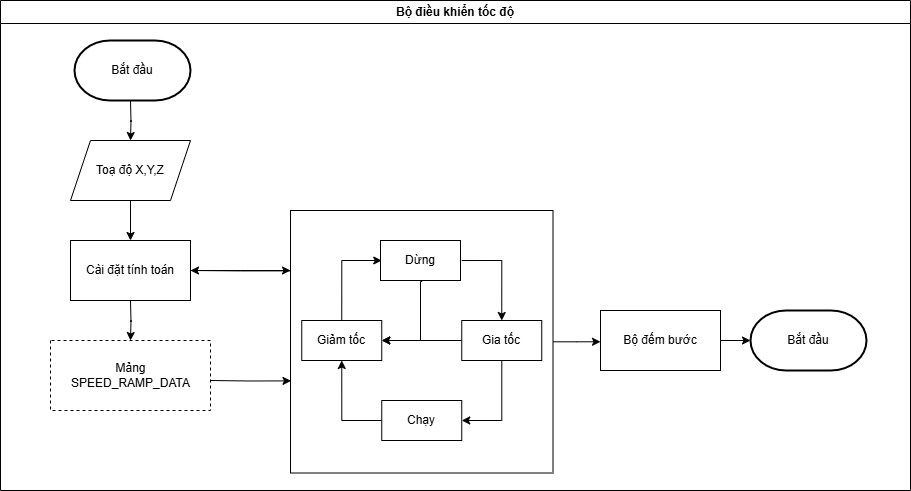
Quynguyen34/CNC-Drill-Graduation-Project keeps this draw.io diagram as FLOWCHART-VIE/FLOWCHART-SPEED-CONTROLLER.png. Above is the earlier version. Source tidied: cells renumbered, new cells last; positions are measured from the earlier drawing's top-left corner, leaving out a move shared by most shapes.
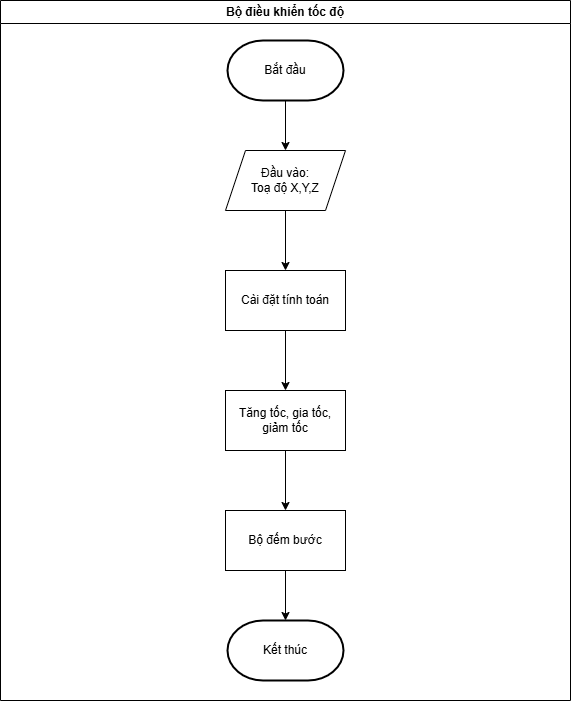
After the commit.

What changed in the source:
```diff
@@ -2,128 +2,41 @@
   <root>
     <mxCell id="0" />
     <mxCell id="1" parent="0" />
-    <mxCell id="2" style="edgeStyle=orthogonalEdgeStyle;rounded=0;jettySize=auto;html=1;exitX=0.002;exitY=0.649;exitDx=0;exitDy=0;exitPerimeter=0;entryX=0.002;entryY=0.649;entryDx=0;entryDy=0;entryPerimeter=0;" parent="1" edge="1" target="5">
-      <mxGeometry relative="1" as="geometry">
-        <mxPoint x="210" y="380" as="sourcePoint" />
-      </mxGeometry>
-    </mxCell>
-    <mxCell id="3" style="edgeStyle=orthogonalEdgeStyle;rounded=0;jettySize=auto;html=1;" parent="1" edge="1" source="5">
-      <mxGeometry relative="1" as="geometry">
-        <mxPoint x="600" y="341.3" as="targetPoint" />
-      </mxGeometry>
-    </mxCell>
-    <mxCell id="4" style="edgeStyle=orthogonalEdgeStyle;rounded=0;jettySize=auto;html=1;exitX=-0.002;exitY=0.23;exitDx=0;exitDy=0;exitPerimeter=0;" parent="1" edge="1" source="5">
-      <mxGeometry relative="1" as="geometry">
-        <mxPoint x="190" y="270" as="targetPoint" />
-      </mxGeometry>
-    </mxCell>
-    <mxCell id="5" style="whiteSpace=wrap;html=1;" parent="1" vertex="1">
-      <mxGeometry x="290" y="210" width="262.5" height="262.5" as="geometry" />
-    </mxCell>
-    <mxCell id="6" style="edgeStyle=orthogonalEdgeStyle;rounded=0;orthogonalLoop=1;jettySize=auto;html=1;" parent="1" edge="1">
-      <mxGeometry relative="1" as="geometry">
-        <mxPoint x="130" y="100" as="sourcePoint" />
-        <mxPoint x="130" y="140" as="targetPoint" />
-      </mxGeometry>
-    </mxCell>
-    <mxCell id="7" style="edgeStyle=orthogonalEdgeStyle;rounded=0;orthogonalLoop=1;jettySize=auto;html=1;" parent="1" edge="1">
-      <mxGeometry relative="1" as="geometry">
-        <mxPoint x="130" y="300" as="sourcePoint" />
-        <mxPoint x="130" y="340" as="targetPoint" />
-      </mxGeometry>
-    </mxCell>
-    <mxCell id="8" style="group;" parent="1" vertex="1">
-      <mxGeometry x="50" y="340" width="160" height="70" as="geometry" />
-    </mxCell>
-    <mxCell id="9" style="endArrow=none;dashed=1;html=1;rounded=0;" parent="8" edge="1">
-      <mxGeometry relative="1" as="geometry">
-        <mxPoint as="sourcePoint" />
-        <mxPoint as="targetPoint" />
-        <Array as="points">
-          <mxPoint y="70" />
-          <mxPoint x="160" y="70" />
-          <mxPoint x="160" />
-        </Array>
-      </mxGeometry>
-    </mxCell>
-    <mxCell id="10" value="Mảng&lt;div&gt;SPEED_RAMP_DATA&lt;/div&gt;" style="text;html=1;align=center;verticalAlign=middle;strokeColor=none;fillColor=none;" parent="8" vertex="1">
-      <mxGeometry x="10" y="15" width="140" height="40" as="geometry" />
-    </mxCell>
-    <mxCell id="11" value="Giảm tốc" style="rounded=0;whiteSpace=wrap;html=1;" parent="1" vertex="1">
-      <mxGeometry x="301.2" y="320" width="80" height="40" as="geometry" />
-    </mxCell>
-    <mxCell id="12" style="edgeStyle=orthogonalEdgeStyle;rounded=0;jettySize=auto;html=1;exitX=0;exitY=0.5;exitDx=0;exitDy=0;entryX=0.5;entryY=1;entryDx=0;entryDy=0;" parent="1" edge="1" source="13" target="11">
-      <mxGeometry relative="1" as="geometry" />
-    </mxCell>
-    <mxCell id="13" value="Chạy" style="rounded=0;whiteSpace=wrap;html=1;" parent="1" vertex="1">
-      <mxGeometry x="381.2" y="400" width="80" height="40" as="geometry" />
-    </mxCell>
-    <mxCell id="14" style="edgeStyle=orthogonalEdgeStyle;rounded=0;jettySize=auto;html=1;entryX=1;entryY=0.5;entryDx=0;entryDy=0;" parent="1" edge="1" source="16" target="11">
-      <mxGeometry relative="1" as="geometry" />
-    </mxCell>
-    <mxCell id="15" style="edgeStyle=orthogonalEdgeStyle;rounded=0;jettySize=auto;html=1;entryX=1;entryY=0.5;entryDx=0;entryDy=0;" parent="1" edge="1" source="16" target="13">
-      <mxGeometry relative="1" as="geometry" />
-    </mxCell>
-    <mxCell id="16" value="Gia tốc" style="rounded=0;whiteSpace=wrap;html=1;" parent="1" vertex="1">
-      <mxGeometry x="461.2" y="320" width="80" height="40" as="geometry" />
-    </mxCell>
-    <mxCell id="17" style="edgeStyle=orthogonalEdgeStyle;rounded=0;jettySize=auto;html=1;entryX=1;entryY=0.5;entryDx=0;entryDy=0;" parent="1" edge="1" target="11">
-      <mxGeometry relative="1" as="geometry">
-        <mxPoint x="421.2" y="280" as="sourcePoint" />
-        <Array as="points">
-          <mxPoint x="421" y="281" />
-          <mxPoint x="420" y="281" />
-          <mxPoint x="420" y="340" />
-        </Array>
-      </mxGeometry>
-    </mxCell>
-    <mxCell id="18" style="edgeStyle=orthogonalEdgeStyle;rounded=0;jettySize=auto;html=1;entryX=0.5;entryY=0;entryDx=0;entryDy=0;" parent="1" edge="1" target="16">
-      <mxGeometry relative="1" as="geometry">
-        <mxPoint x="461.2" y="260" as="sourcePoint" />
-        <Array as="points">
-          <mxPoint x="501.2" y="260" />
-        </Array>
-      </mxGeometry>
-    </mxCell>
-    <mxCell id="19" style="edgeStyle=orthogonalEdgeStyle;rounded=0;jettySize=auto;html=1;exitX=0.5;exitY=0;exitDx=0;exitDy=0;entryX=0;entryY=0.5;entryDx=0;entryDy=0;entryPerimeter=0;" parent="1" edge="1" source="11">
-      <mxGeometry relative="1" as="geometry">
-        <mxPoint x="381.2" y="260" as="targetPoint" />
-        <Array as="points">
-          <mxPoint x="341" y="260" />
-        </Array>
-      </mxGeometry>
-    </mxCell>
     <mxCell id="20" value="Bộ điều khiển tốc độ" style="swimlane;whiteSpace=wrap;html=1;" parent="1" vertex="1">
-      <mxGeometry width="910" height="490" as="geometry" />
+      <mxGeometry width="570" height="700" as="geometry" />
     </mxCell>
+    <mxCell id="27" value="Bộ đếm bước" style="rounded=0;whiteSpace=wrap;html=1;" parent="20" vertex="1">
+      <mxGeometry x="225" y="510" width="120" height="60" as="geometry" />
+    </mxCell>
+    <mxCell id="28" value="Kết thúc" style="strokeWidth=2;html=1;shape=mxgraph.flowchart.terminator;whiteSpace=wrap;" parent="20" vertex="1">
+      <mxGeometry x="227" y="620" width="116" height="60" as="geometry" />
+    </mxCell>
+    <mxCell id="30" style="edgeStyle=orthogonalEdgeStyle;rounded=0;jettySize=auto;html=1;entryX=0.5;entryY=0;entryDx=0;entryDy=0;" parent="20" edge="1" source="21" target="23">
+      <mxGeometry relative="1" as="geometry" />
+    </mxCell>
     <mxCell id="21" value="Bắt đầu" style="strokeWidth=2;html=1;shape=mxgraph.flowchart.terminator;whiteSpace=wrap;" parent="20" vertex="1">
-      <mxGeometry x="74" y="40" width="116" height="60" as="geometry" />
+      <mxGeometry x="227" y="40" width="116" height="60" as="geometry" />
     </mxCell>
     <mxCell id="22" style="edgeStyle=orthogonalEdgeStyle;rounded=0;jettySize=auto;html=1;" parent="20" edge="1" source="23" target="24">
       <mxGeometry relative="1" as="geometry" />
     </mxCell>
-    <mxCell id="23" value="Toạ độ X,Y,Z" style="shape=parallelogram;perimeter=parallelogramPerimeter;whiteSpace=wrap;html=1;fixedSize=1;" parent="20" vertex="1">
-      <mxGeometry x="70" y="140" width="120" height="60" as="geometry" />
+    <mxCell id="23" value="Đầu vào:&lt;div&gt;Toạ độ X,Y,Z&lt;/div&gt;" style="shape=parallelogram;perimeter=parallelogramPerimeter;whiteSpace=wrap;html=1;fixedSize=1;" parent="20" vertex="1">
+      <mxGeometry x="225" y="150" width="120" height="60" as="geometry" />
     </mxCell>
+    <mxCell id="31" style="edgeStyle=orthogonalEdgeStyle;rounded=0;jettySize=auto;html=1;" parent="20" edge="1" source="24" target="33">
+      <mxGeometry relative="1" as="geometry" />
+    </mxCell>
     <mxCell id="24" value="Cài đặt tính toán" style="rounded=0;whiteSpace=wrap;html=1;" parent="20" vertex="1">
-      <mxGeometry x="70" y="240" width="120" height="60" as="geometry" />
+      <mxGeometry x="225" y="270" width="120" height="60" as="geometry" />
     </mxCell>
-    <mxCell id="25" value="Dừng" style="rounded=0;whiteSpace=wrap;html=1;" parent="20" vertex="1">
-      <mxGeometry x="380" y="240" width="80" height="40" as="geometry" />
-    </mxCell>
+    <mxCell id="32" style="edgeStyle=orthogonalEdgeStyle;rounded=0;jettySize=auto;html=1;entryX=0.5;entryY=0;entryDx=0;entryDy=0;" parent="20" edge="1" source="33" target="27">
+      <mxGeometry relative="1" as="geometry" />
+    </mxCell>
+    <mxCell id="33" value="Tăng tốc, gia tốc, giảm tốc" style="rounded=0;whiteSpace=wrap;html=1;" parent="20" vertex="1">
+      <mxGeometry x="225" y="390" width="120" height="60" as="geometry" />
+    </mxCell>
-    <mxCell id="26" style="edgeStyle=orthogonalEdgeStyle;rounded=0;jettySize=auto;html=1;" parent="20" edge="1" source="27" target="28">
+    <mxCell id="26" style="edgeStyle=orthogonalEdgeStyle;rounded=0;jettySize=auto;html=1;entryX=0.5;entryY=0;entryDx=0;entryDy=0;entryPerimeter=0;" parent="20" edge="1" source="27" target="28">
       <mxGeometry relative="1" as="geometry" />
     </mxCell>
-    <mxCell id="27" value="Bộ đếm bước" style="rounded=0;whiteSpace=wrap;html=1;" parent="20" vertex="1">
-      <mxGeometry x="600" y="310" width="120" height="60" as="geometry" />
-    </mxCell>
-    <mxCell id="28" value="Bắt đầu" style="strokeWidth=2;html=1;shape=mxgraph.flowchart.terminator;whiteSpace=wrap;" parent="20" vertex="1">
-      <mxGeometry x="750" y="310" width="116" height="60" as="geometry" />
-    </mxCell>
-    <mxCell id="29" style="edgeStyle=orthogonalEdgeStyle;rounded=0;jettySize=auto;html=1;" parent="1" edge="1" source="24">
-      <mxGeometry relative="1" as="geometry">
-        <mxPoint x="290" y="270" as="targetPoint" />
-      </mxGeometry>
-    </mxCell>
   </root>
 </mxGraphModel>
```
